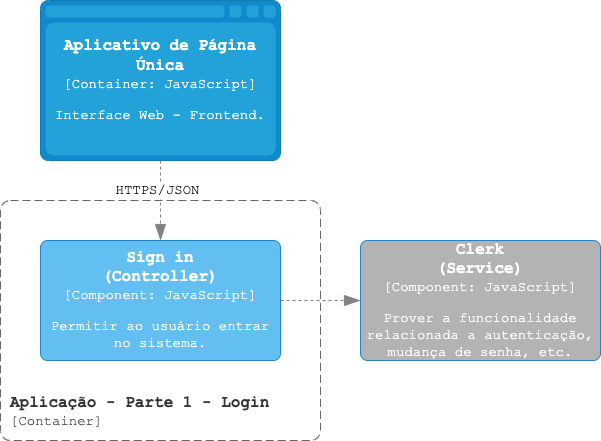
The draw.io diagram docs/C4ComponenteLogin.png in GVBP/CatolicaSC-Portfolio, before a commit. Source tidied: cells renumbered, new cells last; positions are measured from the earlier drawing's top-left corner, leaving out a move shared by most shapes.
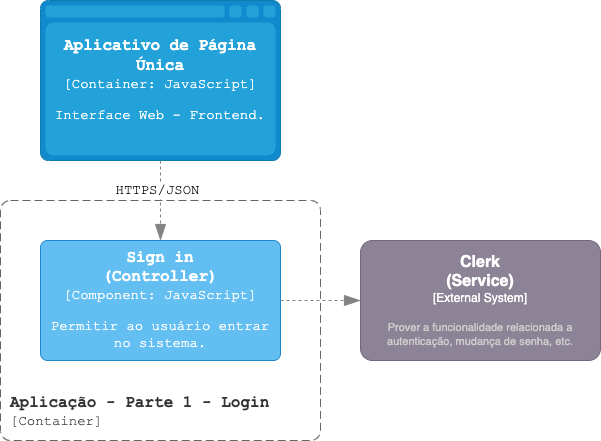
After the change.

Change to the diagram source:
```diff
@@ -7,11 +7,6 @@
         <mxGeometry x="40" y="240" width="240" height="120" as="geometry" />
       </mxCell>
     </object>
-    <object id="3" label="&lt;font style=&quot;font-size: 16px; font-family: 'Courier New'&quot;&gt;&lt;b&gt;%c4Name%&lt;/b&gt;&lt;/font&gt;&lt;div&gt;&lt;font style=&quot;font-size: 14px; font-family: 'Courier New'&quot;&gt;[%c4Type%: %c4Technology%]&lt;/font&gt;&lt;/div&gt;&lt;br&gt;&lt;div&gt;&lt;font style=&quot;font-size: 14px; font-family: 'Courier New'&quot;&gt;%c4Description%&lt;/font&gt;&lt;/div&gt;" c4Description="Prover a funcionalidade relacionada a autenticação, mudança de senha, etc." c4Name="Clerk&#10;(Service)" c4Technology="JavaScript" c4Type="Component" placeholders="1">
-      <mxCell style="rounded=1;whiteSpace=wrap;html=1;labelBackgroundColor=none;fillColor=#B3B3B3;fontColor=#ffffff;align=center;arcSize=6;strokeColor=#2086C9;points=[[0.25,0,0],[0.5,0,0],[0.75,0,0],[1,0.25,0],[1,0.5,0],[1,0.75,0],[0.75,1,0],[0.5,1,0],[0.25,1,0],[0,0.75,0],[0,0.5,0],[0,0.25,0]];" parent="1" vertex="1">
-        <mxGeometry x="360" y="240" width="240" height="120" as="geometry" />
-      </mxCell>
-    </object>
     <object id="4" label="&lt;font style=&quot;font-size: 16px; font-family: 'Courier New'&quot;&gt;&lt;b&gt;%c4Name%&lt;/b&gt;&lt;/font&gt;&lt;div&gt;&lt;font style=&quot;font-size: 14px; font-family: 'Courier New'&quot;&gt;[%c4Type%:&amp;nbsp;%c4Technology%]&lt;/font&gt;&lt;/div&gt;&lt;br&gt;&lt;div&gt;&lt;font style=&quot;font-size: 14px; font-family: 'Courier New'&quot;&gt;%c4Description%&lt;/font&gt;&lt;/div&gt;" c4Description="Interface Web - Frontend." c4Name="Aplicativo de Página Única" c4Technology="JavaScript" c4Type="Container" placeholders="1">
       <mxCell style="shape=mxgraph.c4.webBrowserContainer2;whiteSpace=wrap;html=1;boundedLbl=1;rounded=0;labelBackgroundColor=none;strokeColor=#118ACD;fillColor=#23A2D9;strokeColor=#118ACD;strokeColor2=#0E7DAD;fontSize=12;fontColor=#ffffff;align=center;points=[[0.5,0,0],[1,0.25,0],[1,0.5,0],[1,0.75,0],[0.5,1,0],[0,0.75,0],[0,0.5,0],[0,0.25,0]];" parent="1" vertex="1">
         <mxGeometry x="40" width="240" height="160" as="geometry" />
@@ -31,14 +26,14 @@
       <mxGeometry x="-0.29" y="-4" relative="1" as="geometry" />
     </mxCell>
     <object id="8" label="" c4Type="Relationship" placeholders="1">
-      <mxCell style="endArrow=blockThin;html=1;fontSize=10;fontColor=#404040;strokeWidth=1;endFill=1;strokeColor=#828282;elbow=vertical;endSize=14;startSize=14;jumpStyle=arc;jumpSize=16;rounded=0;edgeStyle=orthogonalEdgeStyle;exitX=1;exitY=0.5;exitDx=0;exitDy=0;exitPerimeter=0;entryX=0;entryY=0.5;entryDx=0;entryDy=0;entryPerimeter=0;dashed=1;" parent="1" edge="1" source="2" target="3">
-        <mxGeometry relative="1" as="geometry">
-          <Array as="points">
-            <mxPoint x="320" y="300" />
-            <mxPoint x="320" y="300" />
-          </Array>
-        </mxGeometry>
+      <mxCell style="endArrow=blockThin;html=1;fontSize=10;fontColor=#404040;strokeWidth=1;endFill=1;strokeColor=#828282;elbow=vertical;endSize=14;startSize=14;jumpStyle=arc;jumpSize=16;rounded=0;edgeStyle=orthogonalEdgeStyle;exitX=1;exitY=0.5;exitDx=0;exitDy=0;exitPerimeter=0;entryX=0;entryY=0.5;entryDx=0;entryDy=0;entryPerimeter=0;dashed=1;" parent="1" edge="1" source="2" target="9">
+        <mxGeometry relative="1" as="geometry" />
       </mxCell>
     </object>
+    <object id="9" label="&lt;font style=&quot;font-size: 16px&quot;&gt;&lt;b&gt;%c4Name%&lt;/b&gt;&lt;/font&gt;&lt;div&gt;[%c4Type%]&lt;/div&gt;&lt;br&gt;&lt;div&gt;&lt;font style=&quot;font-size: 11px&quot;&gt;&lt;font color=&quot;#cccccc&quot;&gt;%c4Description%&lt;/font&gt;&lt;/div&gt;" c4Description="Prover a funcionalidade relacionada a autenticação, mudança de senha, etc." c4Name="Clerk&#10;(Service)" c4Type="External System" placeholders="1">
+      <mxCell style="rounded=1;whiteSpace=wrap;html=1;labelBackgroundColor=none;fillColor=#8C8496;fontColor=#ffffff;align=center;arcSize=10;strokeColor=#736782;points=[[0.25,0,0],[0.5,0,0],[0.75,0,0],[1,0.25,0],[1,0.5,0],[1,0.75,0],[0.75,1,0],[0.5,1,0],[0.25,1,0],[0,0.75,0],[0,0.5,0],[0,0.25,0]];" parent="1" vertex="1">
+        <mxGeometry x="360" y="240" width="240" height="120" as="geometry" />
+      </mxCell>
+    </object>
   </root>
 </mxGraphModel>
```
